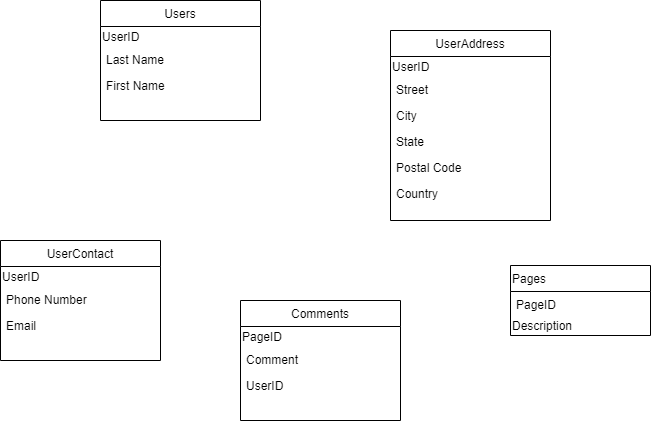
Above: UserDB-DRAFT.png in RacMcT/usersDB-Checkpoint2 (draw.io), before the change. Source tidied: cells renumbered, new cells last; positions are measured from the earlier drawing's top-left corner, leaving out a move shared by most shapes.
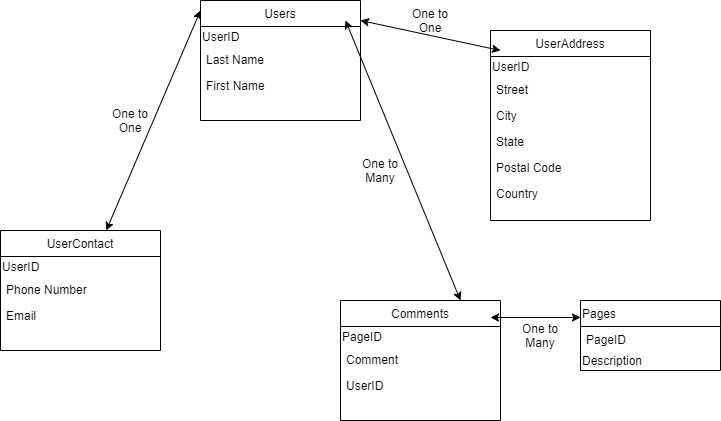
The same diagram one commit later.

Change to the diagram source:
```diff
@@ -15,7 +15,7 @@
       <mxGeometry y="72" width="160" height="26" as="geometry" />
     </mxCell>
     <mxCell id="6" value="UserContact" style="swimlane;fontStyle=0;align=center;verticalAlign=top;horizontal=1;startSize=26;rounded=0;shadow=0;strokeWidth=1;" parent="1" vertex="1">
-      <mxGeometry y="240" width="160" height="120" as="geometry" />
+      <mxGeometry x="-100" y="230" width="160" height="120" as="geometry" />
     </mxCell>
     <mxCell id="7" value="UserID" style="text;html=1;strokeColor=none;fillColor=none;align=left;verticalAlign=middle;whiteSpace=wrap;rounded=0;" parent="6" vertex="1">
       <mxGeometry y="26" width="160" height="20" as="geometry" />
@@ -48,7 +48,7 @@
       <mxGeometry y="150" width="160" height="26" as="geometry" />
     </mxCell>
     <mxCell id="17" value="Pages" style="swimlane;fontStyle=0;horizontal=1;startSize=26;align=left;" parent="1" vertex="1">
-      <mxGeometry x="510" y="265" width="140" height="70" as="geometry" />
+      <mxGeometry x="480" y="300" width="140" height="70" as="geometry" />
     </mxCell>
     <mxCell id="18" value="PageID" style="text;strokeColor=none;fillColor=none;align=left;verticalAlign=top;spacingLeft=4;spacingRight=4;overflow=hidden;" parent="17" vertex="1">
       <mxGeometry y="26" width="140" height="24" as="geometry" />
@@ -68,5 +68,39 @@
     <mxCell id="23" value="UserID" style="text;align=left;verticalAlign=top;spacingLeft=4;spacingRight=4;overflow=hidden;rounded=0;shadow=0;html=0;" parent="20" vertex="1">
       <mxGeometry y="72" width="160" height="26" as="geometry" />
     </mxCell>
+    <mxCell id="24" style="endArrow=classic;startArrow=classic;html=1;" parent="1" edge="1">
+      <mxGeometry relative="1" as="geometry">
+        <mxPoint x="400" y="50" as="sourcePoint" />
+        <mxPoint x="260" y="20" as="targetPoint" />
+      </mxGeometry>
+    </mxCell>
+    <mxCell id="25" style="endArrow=classic;startArrow=classic;html=1;" parent="1" edge="1" source="6">
+      <mxGeometry relative="1" as="geometry">
+        <mxPoint x="100" y="10" as="targetPoint" />
+      </mxGeometry>
+    </mxCell>
+    <mxCell id="26" style="endArrow=classic;startArrow=classic;html=1;" parent="1" edge="1">
+      <mxGeometry relative="1" as="geometry">
+        <mxPoint x="390" y="317" as="sourcePoint" />
+        <mxPoint x="480" y="317" as="targetPoint" />
+      </mxGeometry>
+    </mxCell>
+    <mxCell id="27" style="endArrow=classic;startArrow=classic;html=1;exitX=0.75;exitY=0;exitDx=0;exitDy=0;" parent="1" edge="1" source="20">
+      <mxGeometry relative="1" as="geometry">
+        <mxPoint x="245" y="20" as="targetPoint" />
+      </mxGeometry>
+    </mxCell>
+    <mxCell id="28" value="One to One" style="text;html=1;strokeColor=none;fillColor=none;align=center;verticalAlign=middle;whiteSpace=wrap;rounded=0;" parent="1" vertex="1">
+      <mxGeometry x="310" y="10" width="40" height="20" as="geometry" />
+    </mxCell>
+    <mxCell id="29" value="One to Many" style="text;html=1;strokeColor=none;fillColor=none;align=center;verticalAlign=middle;whiteSpace=wrap;rounded=0;" parent="1" vertex="1">
+      <mxGeometry x="420" y="325" width="40" height="20" as="geometry" />
+    </mxCell>
+    <mxCell id="30" value="One to Many" style="text;html=1;strokeColor=none;fillColor=none;align=center;verticalAlign=middle;whiteSpace=wrap;rounded=0;" parent="1" vertex="1">
+      <mxGeometry x="260" y="160" width="40" height="20" as="geometry" />
+    </mxCell>
+    <mxCell id="31" value="One to One" style="text;html=1;strokeColor=none;fillColor=none;align=center;verticalAlign=middle;whiteSpace=wrap;rounded=0;" parent="1" vertex="1">
+      <mxGeometry x="10" y="110" width="40" height="20" as="geometry" />
+    </mxCell>
   </root>
 </mxGraphModel>
```
